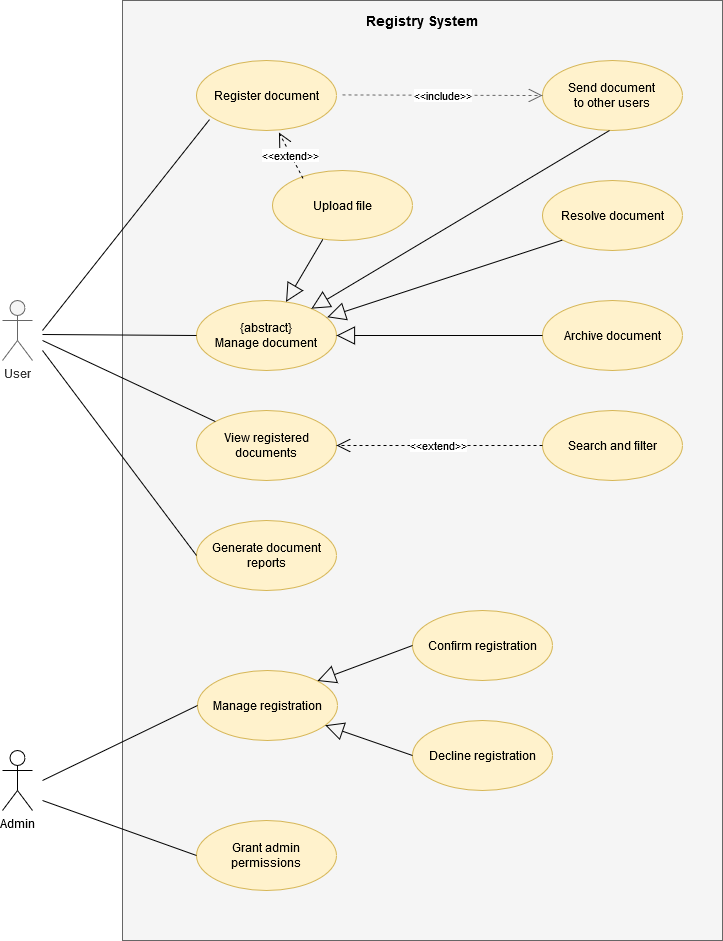
Earlier version of the draw.io export Thesis/images/useCase.png (cherryDevBomb/OperaRegistry). Source tidied: cells renumbered, new cells last; positions are measured from the earlier drawing's top-left corner, leaving out a move shared by most shapes.
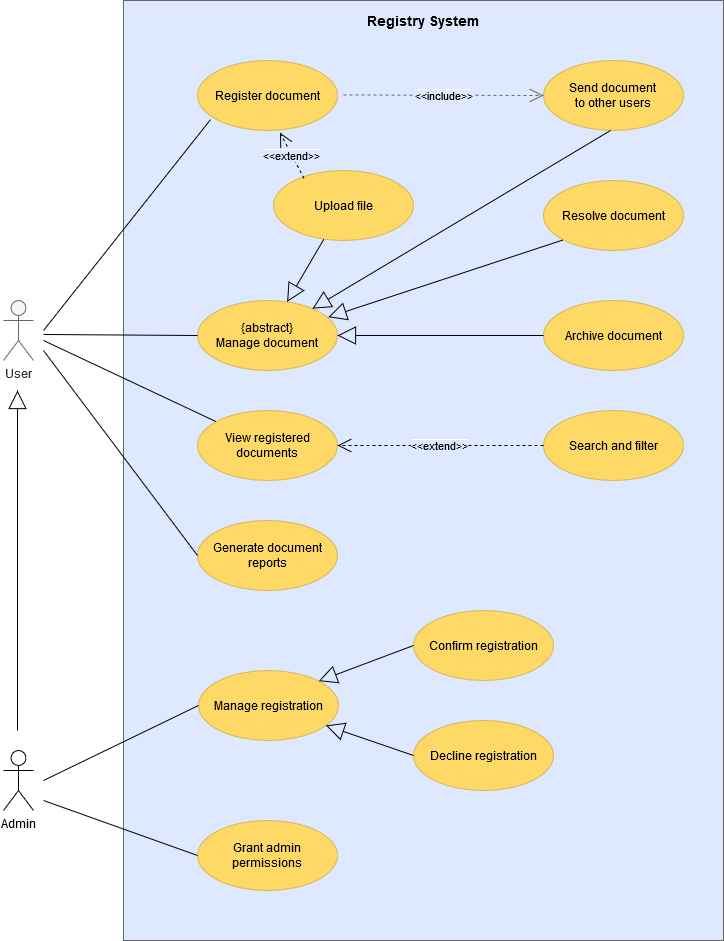
After the commit.

Commit message:
finished Use Cases section

What changed in the source:
```diff
@@ -2,30 +2,30 @@
   <root>
     <mxCell id="0" />
     <mxCell id="1" parent="0" />
-    <mxCell id="2" style="rounded=0;whiteSpace=wrap;html=1;fillColor=#f5f5f5;strokeColor=#666666;fontColor=#333333;" parent="1" vertex="1">
+    <mxCell id="2" style="rounded=0;whiteSpace=wrap;html=1;fillColor=#DEE8FF;strokeColor=#666666;fontColor=#333333;" parent="1" vertex="1">
       <mxGeometry x="120" width="600" height="940" as="geometry" />
     </mxCell>
     <mxCell id="3" value="&lt;b&gt;&lt;font style=&quot;font-size: 14px&quot;&gt;Registry System&lt;/font&gt;&lt;/b&gt;" style="text;html=1;strokeColor=none;fillColor=none;align=center;verticalAlign=middle;whiteSpace=wrap;rounded=0;" parent="1" vertex="1">
       <mxGeometry x="120" y="10" width="600" height="20" as="geometry" />
     </mxCell>
-    <mxCell id="4" value="Register document" style="ellipse;whiteSpace=wrap;html=1;fillColor=#fff2cc;strokeColor=#d6b656;" parent="1" vertex="1">
+    <mxCell id="4" value="Register document" style="ellipse;whiteSpace=wrap;html=1;fillColor=#FFD966;strokeColor=#d6b656;" parent="1" vertex="1">
       <mxGeometry x="194" y="60" width="140" height="70" as="geometry" />
     </mxCell>
-    <mxCell id="5" value="&lt;div&gt;Send document&lt;br&gt;&lt;/div&gt;&lt;div&gt;to other users&lt;/div&gt;" style="ellipse;whiteSpace=wrap;html=1;fillColor=#fff2cc;strokeColor=#d6b656;" parent="1" vertex="1">
+    <mxCell id="5" value="&lt;div&gt;Send document&lt;br&gt;&lt;/div&gt;&lt;div&gt;to other users&lt;/div&gt;" style="ellipse;whiteSpace=wrap;html=1;fillColor=#FFD966;strokeColor=#d6b656;" parent="1" vertex="1">
       <mxGeometry x="540" y="60" width="140" height="70" as="geometry" />
     </mxCell>
-    <mxCell id="6" value="Upload file" style="ellipse;whiteSpace=wrap;html=1;fillColor=#fff2cc;strokeColor=#d6b656;" parent="1" vertex="1">
+    <mxCell id="6" value="Upload file" style="ellipse;whiteSpace=wrap;html=1;fillColor=#FFD966;strokeColor=#d6b656;" parent="1" vertex="1">
       <mxGeometry x="270" y="170" width="140" height="70" as="geometry" />
     </mxCell>
-    <mxCell id="7" value="&lt;div&gt;{abstract}&lt;/div&gt;&lt;div&gt;Manage document&lt;br&gt;&lt;/div&gt;" style="ellipse;whiteSpace=wrap;html=1;fillColor=#fff2cc;strokeColor=#d6b656;" parent="1" vertex="1">
+    <mxCell id="7" value="&lt;div&gt;{abstract}&lt;/div&gt;&lt;div&gt;Manage document&lt;br&gt;&lt;/div&gt;" style="ellipse;whiteSpace=wrap;html=1;fillColor=#FFD966;strokeColor=#d6b656;" parent="1" vertex="1">
       <mxGeometry x="194" y="300" width="140" height="70" as="geometry" />
     </mxCell>
-    <mxCell id="8" value="&amp;lt;&amp;lt;include&amp;gt;&amp;gt;" style="endArrow=open;endSize=12;dashed=1;html=1;entryX=0;entryY=0.5;entryDx=0;entryDy=0;fillColor=#f5f5f5;strokeColor=#666666;" parent="1" edge="1" target="5">
+    <mxCell id="8" value="&lt;span style=&quot;background-color: rgb(222 , 232 , 255)&quot;&gt;&amp;lt;&amp;lt;include&amp;gt;&amp;gt;&lt;/span&gt;" style="endArrow=open;endSize=12;dashed=1;html=1;entryX=0;entryY=0.5;entryDx=0;entryDy=0;fillColor=#f5f5f5;strokeColor=#666666;" parent="1" edge="1" target="5">
       <mxGeometry relative="1" as="geometry">
         <mxPoint x="340" y="94.4" as="sourcePoint" />
       </mxGeometry>
     </mxCell>
-    <mxCell id="9" value="&amp;lt;&amp;lt;extend&amp;gt;&amp;gt;" style="endArrow=open;endSize=12;dashed=1;html=1;exitX=0.218;exitY=0.113;exitDx=0;exitDy=0;exitPerimeter=0;entryX=0.589;entryY=1.029;entryDx=0;entryDy=0;entryPerimeter=0;" parent="1" edge="1" source="6" target="4">
+    <mxCell id="9" value="&lt;span style=&quot;background-color: rgb(222 , 232 , 255)&quot;&gt;&amp;lt;&amp;lt;extend&amp;gt;&amp;gt;&lt;/span&gt;" style="endArrow=open;endSize=12;dashed=1;html=1;exitX=0.218;exitY=0.113;exitDx=0;exitDy=0;exitPerimeter=0;entryX=0.589;entryY=1.029;entryDx=0;entryDy=0;entryPerimeter=0;" parent="1" edge="1" source="6" target="4">
       <mxGeometry relative="1" as="geometry" />
     </mxCell>
     <mxCell id="10" style="endArrow=block;endSize=16;endFill=0;html=1;exitX=0.5;exitY=1;exitDx=0;exitDy=0;" parent="1" edge="1" target="7">
@@ -33,10 +33,10 @@
         <mxPoint x="607" y="130" as="sourcePoint" />
       </mxGeometry>
     </mxCell>
-    <mxCell id="11" value="Resolve document" style="ellipse;whiteSpace=wrap;html=1;fillColor=#fff2cc;strokeColor=#d6b656;gradientColor=none;" parent="1" vertex="1">
+    <mxCell id="11" value="Resolve document" style="ellipse;whiteSpace=wrap;html=1;fillColor=#FFD966;strokeColor=#d6b656;gradientColor=none;" parent="1" vertex="1">
       <mxGeometry x="540" y="180" width="140" height="70" as="geometry" />
     </mxCell>
-    <mxCell id="12" value="Archive document" style="ellipse;whiteSpace=wrap;html=1;fillColor=#fff2cc;strokeColor=#d6b656;" parent="1" vertex="1">
+    <mxCell id="12" value="Archive document" style="ellipse;whiteSpace=wrap;html=1;fillColor=#FFD966;strokeColor=#d6b656;" parent="1" vertex="1">
       <mxGeometry x="540" y="300" width="140" height="70" as="geometry" />
     </mxCell>
     <mxCell id="13" style="endArrow=block;endSize=16;endFill=0;html=1;exitX=0;exitY=1;exitDx=0;exitDy=0;entryX=0.934;entryY=0.239;entryDx=0;entryDy=0;entryPerimeter=0;" parent="1" edge="1" source="11" target="7">
@@ -48,28 +48,28 @@
     <mxCell id="15" style="endArrow=block;endSize=16;endFill=0;html=1;" parent="1" edge="1" source="6" target="7">
       <mxGeometry relative="1" as="geometry" />
     </mxCell>
-    <mxCell id="16" value="View registered documents" style="ellipse;whiteSpace=wrap;html=1;fillColor=#fff2cc;strokeColor=#d6b656;" parent="1" vertex="1">
+    <mxCell id="16" value="View registered documents" style="ellipse;whiteSpace=wrap;html=1;fillColor=#FFD966;strokeColor=#d6b656;" parent="1" vertex="1">
       <mxGeometry x="194" y="410" width="140" height="70" as="geometry" />
     </mxCell>
-    <mxCell id="17" value="Search and filter" style="ellipse;whiteSpace=wrap;html=1;fillColor=#fff2cc;strokeColor=#d6b656;" parent="1" vertex="1">
+    <mxCell id="17" value="Search and filter" style="ellipse;whiteSpace=wrap;html=1;fillColor=#FFD966;strokeColor=#d6b656;" parent="1" vertex="1">
       <mxGeometry x="540" y="410" width="140" height="70" as="geometry" />
     </mxCell>
-    <mxCell id="18" value="&amp;lt;&amp;lt;extend&amp;gt;&amp;gt;" style="endArrow=open;endSize=12;dashed=1;html=1;exitX=0;exitY=0.5;exitDx=0;exitDy=0;" parent="1" edge="1" source="17" target="16">
+    <mxCell id="18" value="&lt;span style=&quot;background-color: rgb(222 , 232 , 255)&quot;&gt;&amp;lt;&amp;lt;extend&amp;gt;&amp;gt;&lt;/span&gt;" style="endArrow=open;endSize=12;dashed=1;html=1;exitX=0;exitY=0.5;exitDx=0;exitDy=0;" parent="1" edge="1" source="17" target="16">
       <mxGeometry relative="1" as="geometry" />
     </mxCell>
-    <mxCell id="19" value="Generate document reports" style="ellipse;whiteSpace=wrap;html=1;fillColor=#fff2cc;strokeColor=#d6b656;" parent="1" vertex="1">
+    <mxCell id="19" value="Generate document reports" style="ellipse;whiteSpace=wrap;html=1;fillColor=#FFD966;strokeColor=#d6b656;" parent="1" vertex="1">
       <mxGeometry x="194" y="520" width="140" height="70" as="geometry" />
     </mxCell>
-    <mxCell id="20" value="Manage registration" style="ellipse;whiteSpace=wrap;html=1;fillColor=#fff2cc;strokeColor=#d6b656;" parent="1" vertex="1">
+    <mxCell id="20" value="Manage registration" style="ellipse;whiteSpace=wrap;html=1;fillColor=#FFD966;strokeColor=#d6b656;" parent="1" vertex="1">
       <mxGeometry x="195" y="670" width="140" height="70" as="geometry" />
     </mxCell>
-    <mxCell id="21" value="Confirm registration" style="ellipse;whiteSpace=wrap;html=1;fillColor=#fff2cc;strokeColor=#d6b656;" parent="1" vertex="1">
+    <mxCell id="21" value="Confirm registration" style="ellipse;whiteSpace=wrap;html=1;fillColor=#FFD966;strokeColor=#d6b656;" parent="1" vertex="1">
       <mxGeometry x="410" y="610" width="140" height="70" as="geometry" />
     </mxCell>
-    <mxCell id="22" value="Decline registration" style="ellipse;whiteSpace=wrap;html=1;fillColor=#fff2cc;strokeColor=#d6b656;" parent="1" vertex="1">
+    <mxCell id="22" value="Decline registration" style="ellipse;whiteSpace=wrap;html=1;fillColor=#FFD966;strokeColor=#d6b656;" parent="1" vertex="1">
       <mxGeometry x="410" y="720" width="140" height="70" as="geometry" />
     </mxCell>
-    <mxCell id="23" value="&lt;div&gt;Grant admin &lt;br&gt;&lt;/div&gt;&lt;div&gt;permissions&lt;/div&gt;" style="ellipse;whiteSpace=wrap;html=1;fillColor=#fff2cc;strokeColor=#d6b656;" parent="1" vertex="1">
+    <mxCell id="23" value="&lt;div&gt;Grant admin &lt;br&gt;&lt;/div&gt;&lt;div&gt;permissions&lt;/div&gt;" style="ellipse;whiteSpace=wrap;html=1;fillColor=#FFD966;strokeColor=#d6b656;" parent="1" vertex="1">
       <mxGeometry x="194" y="820" width="140" height="70" as="geometry" />
     </mxCell>
     <mxCell id="24" style="endArrow=block;endSize=16;endFill=0;html=1;exitX=0;exitY=0.5;exitDx=0;exitDy=0;entryX=1;entryY=0;entryDx=0;entryDy=0;" parent="1" edge="1" source="21" target="20">
@@ -114,5 +114,11 @@
         <mxPoint x="40" y="800" as="sourcePoint" />
       </mxGeometry>
     </mxCell>
+    <mxCell id="34" style="endArrow=block;endSize=16;endFill=0;html=1;" parent="1" edge="1">
+      <mxGeometry relative="1" as="geometry">
+        <mxPoint x="14" y="730" as="sourcePoint" />
+        <mxPoint x="14" y="390" as="targetPoint" />
+      </mxGeometry>
+    </mxCell>
   </root>
 </mxGraphModel>
```
